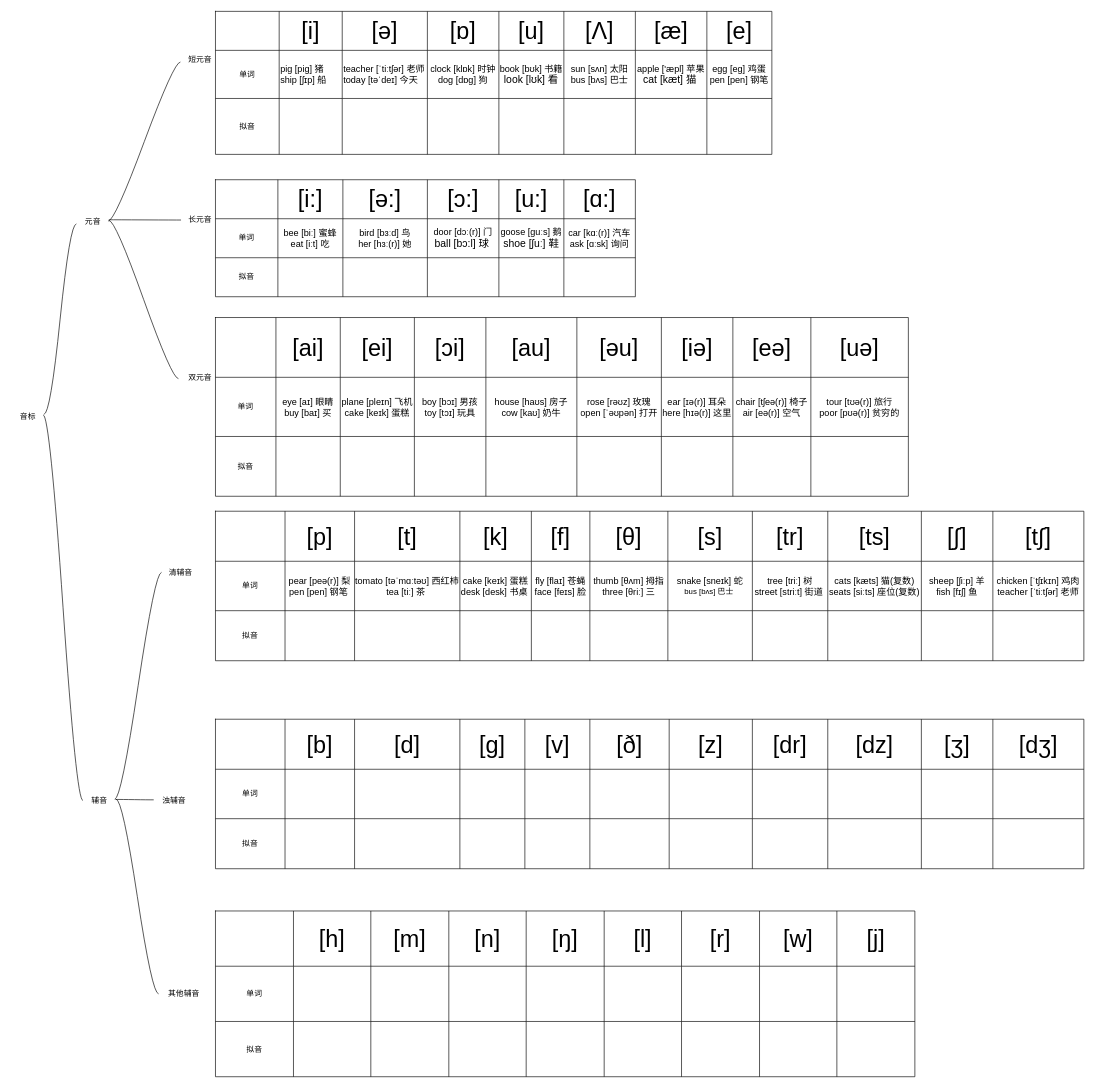
This is page "第 2 页" (2 of 2) of 未命名表单.drawio from gituserc123/HelloWorld, a draw.io file, before an edit. Source tidied: cells renumbered, new cells numbered last; positions are measured from the earlier drawing's top-left corner, leaving out a move shared by most shapes. Both pictures are drawn from the tidied source at 65%, with x=0, y=0 at pixel (11, 11).
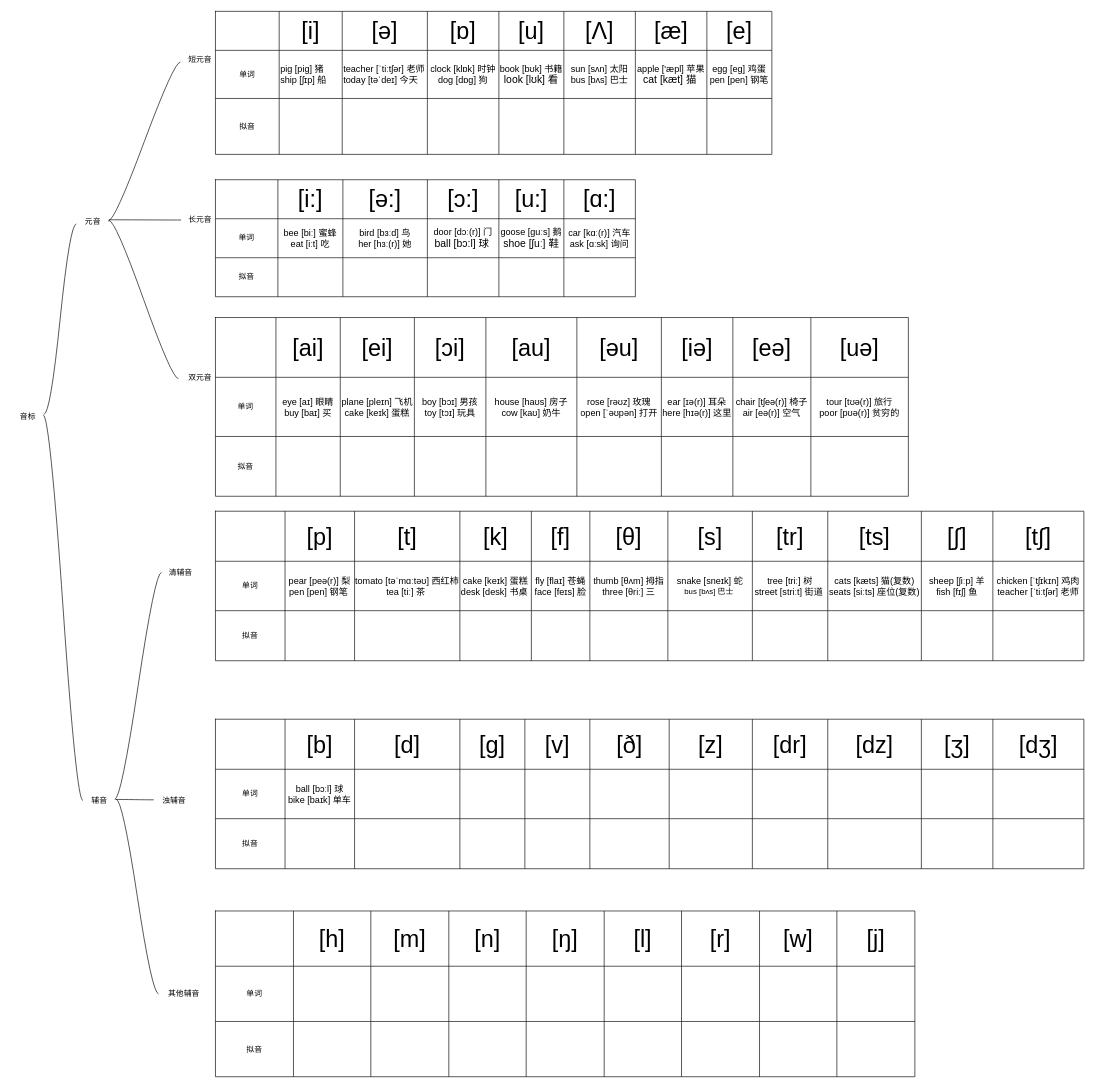
The same page after the edit.

Commit message (it also covers changes not shown here):
更新未命名表单.drawio

Unchanged cells that the change refers to:
```xml
<mxCell id="150" style="shape=tableRow;horizontal=0;startSize=0;swimlaneHead=0;swimlaneBody=0;strokeColor=inherit;top=0;left=0;bottom=0;right=0;fillColor=none;" parent="137" vertex="1">
  <mxGeometry y="77" width="1336" height="76" as="geometry" />
</mxCell>
```

Diff of the diagram source:
```diff
@@
-    <mxCell id="152" style="shape=partialRectangle;html=1;whiteSpace=wrap;strokeColor=inherit;overflow=hidden;fillColor=none;top=0;left=0;bottom=0;right=0;" parent="150" vertex="1">
+    <mxCell id="152" value="&lt;div&gt;&lt;font style=&quot;font-size: 14px;&quot;&gt;ball [bɔːl] 球&lt;/font&gt;&lt;/div&gt;&lt;div&gt;&lt;font style=&quot;font-size: 14px;&quot;&gt;bike [baɪk] 单车&lt;/font&gt;&lt;/div&gt;" style="shape=partialRectangle;html=1;whiteSpace=wrap;strokeColor=inherit;overflow=hidden;fillColor=none;top=0;left=0;bottom=0;right=0;" parent="150" vertex="1">
       <mxGeometry x="107" width="107" height="76" as="geometry" />
     </mxCell>
```
